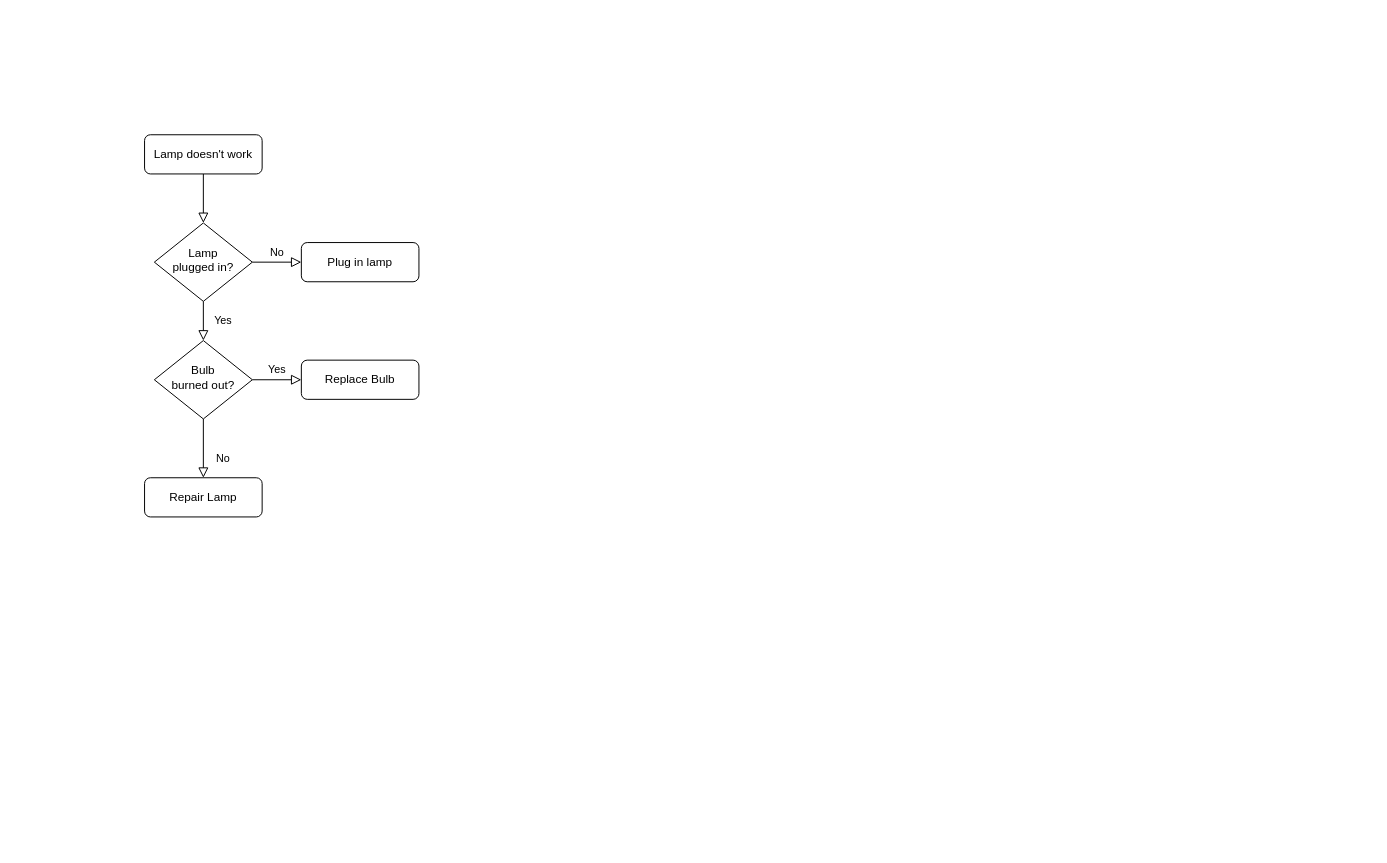
Earlier version of the draw.io diagram OPM.drawio (thanhluandhsp/litmos). Source tidied: cells renumbered, new cells numbered last; positions are measured from the earlier drawing's top-left corner, leaving out a move shared by most shapes. Both pictures are drawn from the tidied source at 98%, with x=0, y=0 at pixel (144, 134).
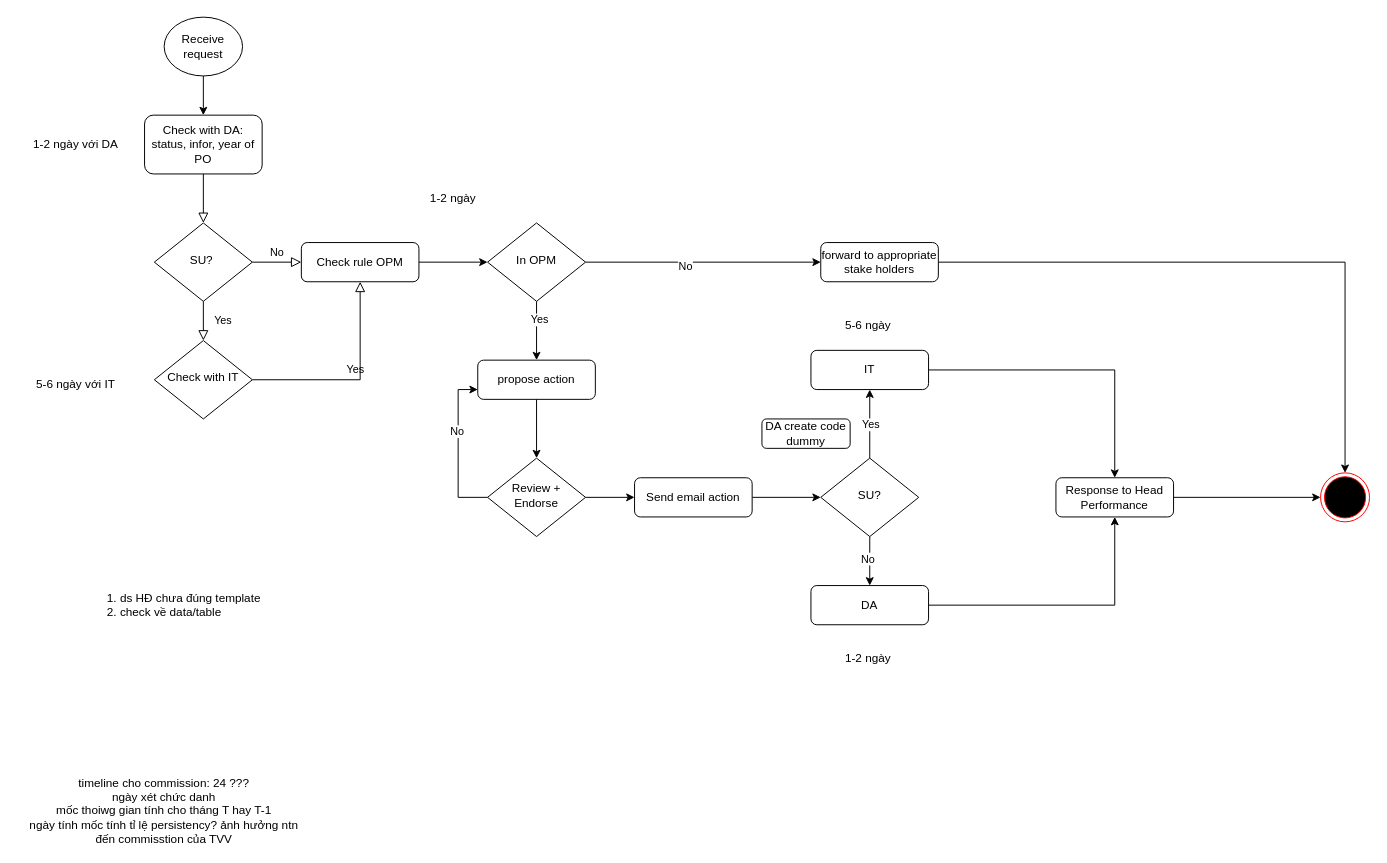
The same diagram, later.

Change to the diagram source:
```diff
@@
-    <mxCell id="3" value="Lamp doesn't work" style="rounded=1;whiteSpace=wrap;html=1;fontSize=12;glass=0;strokeWidth=1;shadow=0;" parent="1" vertex="1">
-      <mxGeometry width="120" height="40" as="geometry" />
+    <mxCell id="3" value="Check with DA: status, infor, year of PO" style="rounded=1;whiteSpace=wrap;html=1;fontSize=12;glass=0;strokeWidth=1;shadow=0;" parent="1" vertex="1">
+      <mxGeometry y="-20" width="120" height="60" as="geometry" />
     </mxCell>
@@
-    <mxCell id="6" value="Lamp&lt;br&gt;plugged in?" style="rhombus;whiteSpace=wrap;html=1;shadow=0;fontFamily=Helvetica;fontSize=12;align=center;strokeWidth=1;spacing=6;spacingTop=-4;" parent="1" vertex="1">
+    <mxCell id="6" value="SU?&amp;nbsp;" style="rhombus;whiteSpace=wrap;html=1;shadow=0;fontFamily=Helvetica;fontSize=12;align=center;strokeWidth=1;spacing=6;spacingTop=-4;" parent="1" vertex="1">
       <mxGeometry x="10" y="90" width="100" height="80" as="geometry" />
     </mxCell>
+    <mxCell id="13" style="edgeStyle=orthogonalEdgeStyle;rounded=0;jettySize=auto;html=1;" parent="1" edge="1" source="7" target="20">
+      <mxGeometry relative="1" as="geometry" />
+    </mxCell>
-    <mxCell id="7" value="Plug in lamp" style="rounded=1;whiteSpace=wrap;html=1;fontSize=12;glass=0;strokeWidth=1;shadow=0;" parent="1" vertex="1">
+    <mxCell id="7" value="Check rule OPM" style="rounded=1;whiteSpace=wrap;html=1;fontSize=12;glass=0;strokeWidth=1;shadow=0;" parent="1" vertex="1">
       <mxGeometry x="160" y="110" width="120" height="40" as="geometry" />
     </mxCell>
-    <mxCell id="8" value="No" style="rounded=0;html=1;jettySize=auto;fontSize=11;endArrow=block;endFill=0;endSize=8;strokeWidth=1;shadow=0;labelBackgroundColor=none;edgeStyle=orthogonalEdgeStyle;" parent="1" edge="1" source="10" target="11">
-      <mxGeometry x="0.33" y="20" relative="1" as="geometry" />
-    </mxCell>
-    <mxCell id="9" value="Yes" style="edgeStyle=orthogonalEdgeStyle;rounded=0;html=1;jettySize=auto;fontSize=11;endArrow=block;endFill=0;endSize=8;strokeWidth=1;shadow=0;labelBackgroundColor=none;" parent="1" edge="1" source="10" target="12">
+    <mxCell id="9" value="Yes" style="edgeStyle=orthogonalEdgeStyle;rounded=0;html=1;jettySize=auto;fontSize=11;endArrow=block;endFill=0;endSize=8;strokeWidth=1;shadow=0;labelBackgroundColor=none;entryX=0.5;entryY=1;entryDx=0;entryDy=0;" parent="1" edge="1" source="10" target="7">
       <mxGeometry y="10" relative="1" as="geometry" />
     </mxCell>
-    <mxCell id="10" value="Bulb&lt;br&gt;burned out?" style="rhombus;whiteSpace=wrap;html=1;shadow=0;fontFamily=Helvetica;fontSize=12;align=center;strokeWidth=1;spacing=6;spacingTop=-4;" parent="1" vertex="1">
+    <mxCell id="10" value="Check with IT" style="rhombus;whiteSpace=wrap;html=1;shadow=0;fontFamily=Helvetica;fontSize=12;align=center;strokeWidth=1;spacing=6;spacingTop=-4;" parent="1" vertex="1">
       <mxGeometry x="10" y="210" width="100" height="80" as="geometry" />
     </mxCell>
-    <mxCell id="11" value="Repair Lamp" style="rounded=1;whiteSpace=wrap;html=1;fontSize=12;glass=0;strokeWidth=1;shadow=0;" parent="1" vertex="1">
-      <mxGeometry y="350" width="120" height="40" as="geometry" />
-    </mxCell>
-    <mxCell id="12" value="Replace Bulb" style="rounded=1;whiteSpace=wrap;html=1;fontSize=12;glass=0;strokeWidth=1;shadow=0;" parent="1" vertex="1">
-      <mxGeometry x="160" y="230" width="120" height="40" as="geometry" />
-    </mxCell>
+    <mxCell id="14" style="edgeStyle=orthogonalEdgeStyle;rounded=0;jettySize=auto;html=1;entryX=0.5;entryY=0;entryDx=0;entryDy=0;" parent="1" edge="1" source="15" target="3">
+      <mxGeometry relative="1" as="geometry" />
+    </mxCell>
+    <mxCell id="15" value="Receive request" style="ellipse;whiteSpace=wrap;html=1;" parent="1" vertex="1">
+      <mxGeometry x="20" y="-120" width="80" height="60" as="geometry" />
+    </mxCell>
+    <mxCell id="16" style="edgeStyle=orthogonalEdgeStyle;rounded=0;jettySize=auto;html=1;entryX=0.5;entryY=0;entryDx=0;entryDy=0;" parent="1" edge="1" source="20" target="22">
+      <mxGeometry relative="1" as="geometry" />
+    </mxCell>
+    <mxCell id="17" value="Yes" style="edgeLabel;html=1;align=center;verticalAlign=middle;" parent="16" vertex="1">
+      <mxGeometry x="-0.39" y="2" relative="1" as="geometry" />
+    </mxCell>
+    <mxCell id="18" style="edgeStyle=orthogonalEdgeStyle;rounded=0;jettySize=auto;html=1;entryX=0;entryY=0.5;entryDx=0;entryDy=0;" parent="1" edge="1" source="20" target="28">
+      <mxGeometry relative="1" as="geometry" />
+    </mxCell>
+    <mxCell id="19" value="No" style="edgeLabel;html=1;align=center;verticalAlign=middle;" parent="18" vertex="1">
+      <mxGeometry x="-0.16" y="-3" relative="1" as="geometry" />
+    </mxCell>
+    <mxCell id="20" value="In OPM" style="rhombus;whiteSpace=wrap;html=1;shadow=0;fontFamily=Helvetica;fontSize=12;align=center;strokeWidth=1;spacing=6;spacingTop=-4;" parent="1" vertex="1">
+      <mxGeometry x="350" y="90" width="100" height="80" as="geometry" />
+    </mxCell>
+    <mxCell id="21" style="edgeStyle=orthogonalEdgeStyle;rounded=0;jettySize=auto;html=1;entryX=0.5;entryY=0;entryDx=0;entryDy=0;" parent="1" edge="1" source="22" target="26">
+      <mxGeometry relative="1" as="geometry" />
+    </mxCell>
+    <mxCell id="22" value="propose action" style="rounded=1;whiteSpace=wrap;html=1;fontSize=12;glass=0;strokeWidth=1;shadow=0;" parent="1" vertex="1">
+      <mxGeometry x="340" y="230" width="120" height="40" as="geometry" />
+    </mxCell>
+    <mxCell id="23" style="edgeStyle=orthogonalEdgeStyle;rounded=0;jettySize=auto;html=1;entryX=0;entryY=0.75;entryDx=0;entryDy=0;" parent="1" edge="1" source="26" target="22">
+      <mxGeometry relative="1" as="geometry">
+        <Array as="points">
+          <mxPoint x="320" y="370" />
+          <mxPoint x="320" y="260" />
+        </Array>
+      </mxGeometry>
+    </mxCell>
+    <mxCell id="24" value="No" style="edgeLabel;html=1;align=center;verticalAlign=middle;" parent="23" vertex="1">
+      <mxGeometry x="0.23" y="2" relative="1" as="geometry" />
+    </mxCell>
+    <mxCell id="25" style="edgeStyle=orthogonalEdgeStyle;rounded=0;jettySize=auto;html=1;entryX=0;entryY=0.5;entryDx=0;entryDy=0;" parent="1" edge="1" source="26" target="30">
+      <mxGeometry relative="1" as="geometry" />
+    </mxCell>
+    <mxCell id="26" value="Review + Endorse" style="rhombus;whiteSpace=wrap;html=1;shadow=0;fontFamily=Helvetica;fontSize=12;align=center;strokeWidth=1;spacing=6;spacingTop=-4;" parent="1" vertex="1">
+      <mxGeometry x="350" y="330" width="100" height="80" as="geometry" />
+    </mxCell>
+    <mxCell id="27" style="edgeStyle=orthogonalEdgeStyle;rounded=0;jettySize=auto;html=1;entryX=0.5;entryY=0;entryDx=0;entryDy=0;" parent="1" edge="1" source="28" target="42">
+      <mxGeometry relative="1" as="geometry" />
+    </mxCell>
+    <mxCell id="28" value="forward to appropriate stake holders" style="rounded=1;whiteSpace=wrap;html=1;fontSize=12;glass=0;strokeWidth=1;shadow=0;" parent="1" vertex="1">
+      <mxGeometry x="690" y="110" width="120" height="40" as="geometry" />
+    </mxCell>
+    <mxCell id="29" style="edgeStyle=orthogonalEdgeStyle;rounded=0;jettySize=auto;html=1;" parent="1" edge="1" source="30" target="35">
+      <mxGeometry relative="1" as="geometry" />
+    </mxCell>
+    <mxCell id="30" value="Send email action" style="rounded=1;whiteSpace=wrap;html=1;fontSize=12;glass=0;strokeWidth=1;shadow=0;" parent="1" vertex="1">
+      <mxGeometry x="500" y="350" width="120" height="40" as="geometry" />
+    </mxCell>
+    <mxCell id="31" style="edgeStyle=orthogonalEdgeStyle;rounded=0;jettySize=auto;html=1;entryX=0.5;entryY=1;entryDx=0;entryDy=0;" parent="1" edge="1" source="35" target="37">
+      <mxGeometry relative="1" as="geometry" />
+    </mxCell>
+    <mxCell id="32" value="Yes" style="edgeLabel;html=1;align=center;verticalAlign=middle;" parent="31" vertex="1">
+      <mxGeometry x="-0.01" relative="1" as="geometry" />
+    </mxCell>
+    <mxCell id="33" style="edgeStyle=orthogonalEdgeStyle;rounded=0;jettySize=auto;html=1;entryX=0.5;entryY=0;entryDx=0;entryDy=0;" parent="1" edge="1" source="35" target="39">
+      <mxGeometry relative="1" as="geometry" />
+    </mxCell>
+    <mxCell id="34" value="No" style="edgeLabel;html=1;align=center;verticalAlign=middle;" parent="33" vertex="1">
+      <mxGeometry x="-0.12" y="-3" relative="1" as="geometry" />
+    </mxCell>
+    <mxCell id="35" value="SU?" style="rhombus;whiteSpace=wrap;html=1;shadow=0;fontFamily=Helvetica;fontSize=12;align=center;strokeWidth=1;spacing=6;spacingTop=-4;" parent="1" vertex="1">
+      <mxGeometry x="690" y="330" width="100" height="80" as="geometry" />
+    </mxCell>
+    <mxCell id="36" style="edgeStyle=orthogonalEdgeStyle;rounded=0;jettySize=auto;html=1;entryX=0.5;entryY=0;entryDx=0;entryDy=0;" parent="1" edge="1" source="37" target="41">
+      <mxGeometry relative="1" as="geometry" />
+    </mxCell>
+    <mxCell id="37" value="IT" style="rounded=1;whiteSpace=wrap;html=1;fontSize=12;glass=0;strokeWidth=1;shadow=0;" parent="1" vertex="1">
+      <mxGeometry x="680" y="220" width="120" height="40" as="geometry" />
+    </mxCell>
+    <mxCell id="38" style="edgeStyle=orthogonalEdgeStyle;rounded=0;jettySize=auto;html=1;entryX=0.5;entryY=1;entryDx=0;entryDy=0;" parent="1" edge="1" source="39" target="41">
+      <mxGeometry relative="1" as="geometry" />
+    </mxCell>
+    <mxCell id="39" value="DA" style="rounded=1;whiteSpace=wrap;html=1;fontSize=12;glass=0;strokeWidth=1;shadow=0;" parent="1" vertex="1">
+      <mxGeometry x="680" y="460" width="120" height="40" as="geometry" />
+    </mxCell>
+    <mxCell id="40" style="edgeStyle=orthogonalEdgeStyle;rounded=0;jettySize=auto;html=1;entryX=0;entryY=0.5;entryDx=0;entryDy=0;" parent="1" edge="1" source="41" target="42">
+      <mxGeometry relative="1" as="geometry" />
+    </mxCell>
+    <mxCell id="41" value="Response to Head Performance" style="rounded=1;whiteSpace=wrap;html=1;fontSize=12;glass=0;strokeWidth=1;shadow=0;" parent="1" vertex="1">
+      <mxGeometry x="930" y="350" width="120" height="40" as="geometry" />
+    </mxCell>
+    <mxCell id="42" style="ellipse;html=1;shape=endState;fillColor=#000000;strokeColor=#ff0000;" parent="1" vertex="1">
+      <mxGeometry x="1200" y="345" width="50" height="50" as="geometry" />
+    </mxCell>
+    <mxCell id="43" value="1-2 ngày với DA" style="text;html=1;align=center;verticalAlign=middle;whiteSpace=wrap;rounded=0;" parent="1" vertex="1">
+      <mxGeometry x="-130" y="-5" width="120" height="30" as="geometry" />
+    </mxCell>
+    <mxCell id="44" value="5-6 ngày với IT" style="text;html=1;align=center;verticalAlign=middle;whiteSpace=wrap;rounded=0;" parent="1" vertex="1">
+      <mxGeometry x="-130" y="240" width="120" height="30" as="geometry" />
+    </mxCell>
+    <mxCell id="45" value="1-2 ngày" style="text;html=1;align=center;verticalAlign=middle;whiteSpace=wrap;rounded=0;" parent="1" vertex="1">
+      <mxGeometry x="170" y="50" width="290" height="30" as="geometry" />
+    </mxCell>
+    <mxCell id="46" value="1-2 ngày" style="text;html=1;align=center;verticalAlign=middle;whiteSpace=wrap;rounded=0;" parent="1" vertex="1">
+      <mxGeometry x="677" y="520" width="123" height="30" as="geometry" />
+    </mxCell>
+    <mxCell id="47" value="5-6 ngày" style="text;html=1;align=center;verticalAlign=middle;whiteSpace=wrap;rounded=0;" parent="1" vertex="1">
+      <mxGeometry x="677" y="180" width="123" height="30" as="geometry" />
+    </mxCell>
+    <mxCell id="48" value="DA create code dummy" style="rounded=1;whiteSpace=wrap;html=1;fontSize=12;glass=0;strokeWidth=1;shadow=0;" parent="1" vertex="1">
+      <mxGeometry x="630" y="290" width="90" height="30" as="geometry" />
+    </mxCell>
+    <mxCell id="49" value="1. ds HĐ chưa đúng template&lt;div&gt;2. check về data/table&amp;nbsp;&lt;/div&gt;" style="text;html=1;align=left;verticalAlign=middle;whiteSpace=wrap;rounded=0;" parent="1" vertex="1">
+      <mxGeometry x="-40" y="465" width="220" height="30" as="geometry" />
+    </mxCell>
+    <mxCell id="50" value="&lt;div&gt;&lt;br&gt;&lt;/div&gt;&lt;div&gt;&lt;br&gt;&lt;/div&gt;" style="text;html=1;align=center;verticalAlign=middle;whiteSpace=wrap;rounded=0;" parent="1" vertex="1">
+      <mxGeometry x="60" y="530" width="120" height="30" as="geometry" />
+    </mxCell>
+    <mxCell id="51" value="timeline cho commission: 24 ???&lt;div&gt;ngày xét chức danh&lt;/div&gt;&lt;div&gt;mốc thoiwg gian tính cho tháng T hay T-1&lt;/div&gt;&lt;div&gt;ngày tính mốc tính tỉ lệ persistency? ảnh hưởng ntn đến commisstion của TVV&lt;/div&gt;" style="text;html=1;align=center;verticalAlign=middle;whiteSpace=wrap;rounded=0;" parent="1" vertex="1">
+      <mxGeometry x="-120" y="660" width="280" height="60" as="geometry" />
+    </mxCell>
```
